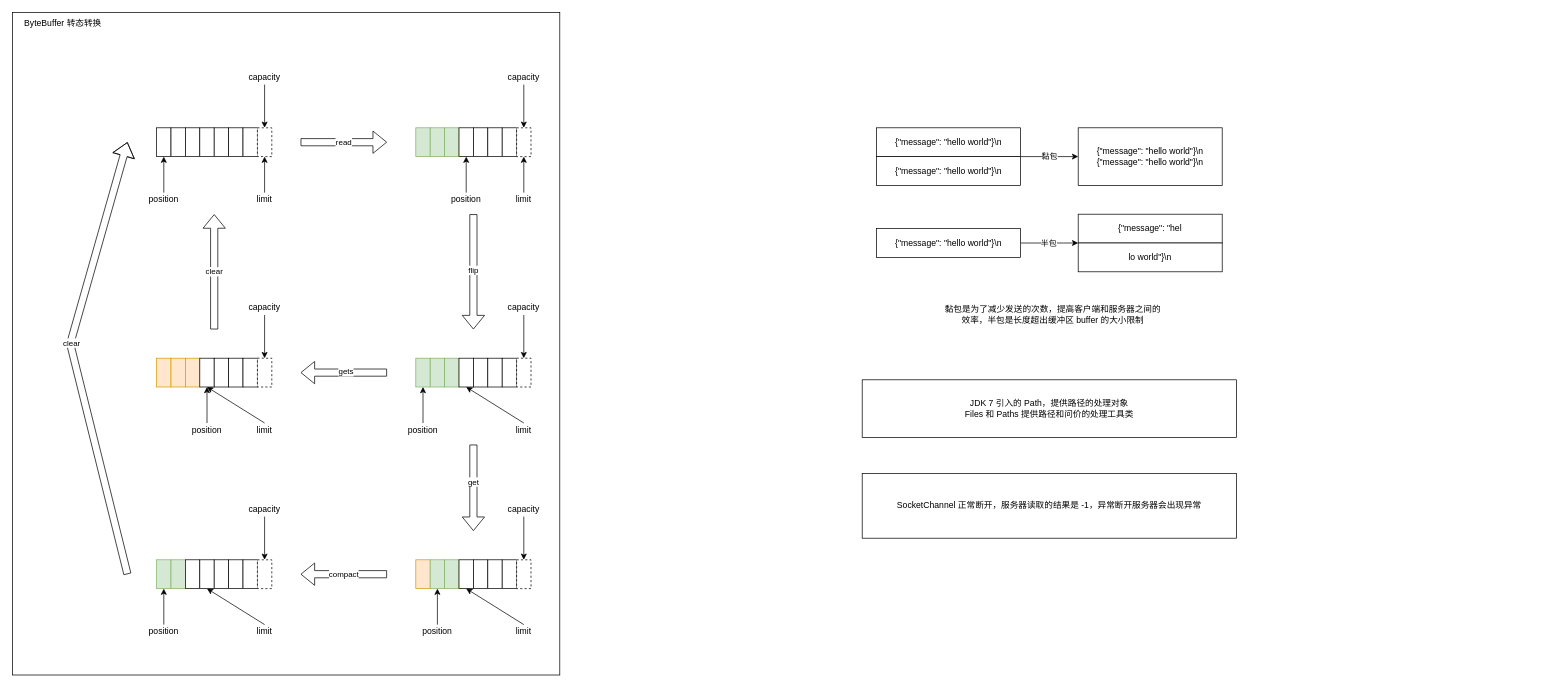
Above: page "原理" (2 of 3) of Java/Netty.drawio in wubinglong9716/NoteBook (draw.io), before the change. Source tidied: cells renumbered, new cells numbered last; positions are measured from the earlier drawing's top-left corner, leaving out a move shared by most shapes. Both pictures are drawn from the tidied source at 72%, with x=0, y=0 at pixel (12, 12).
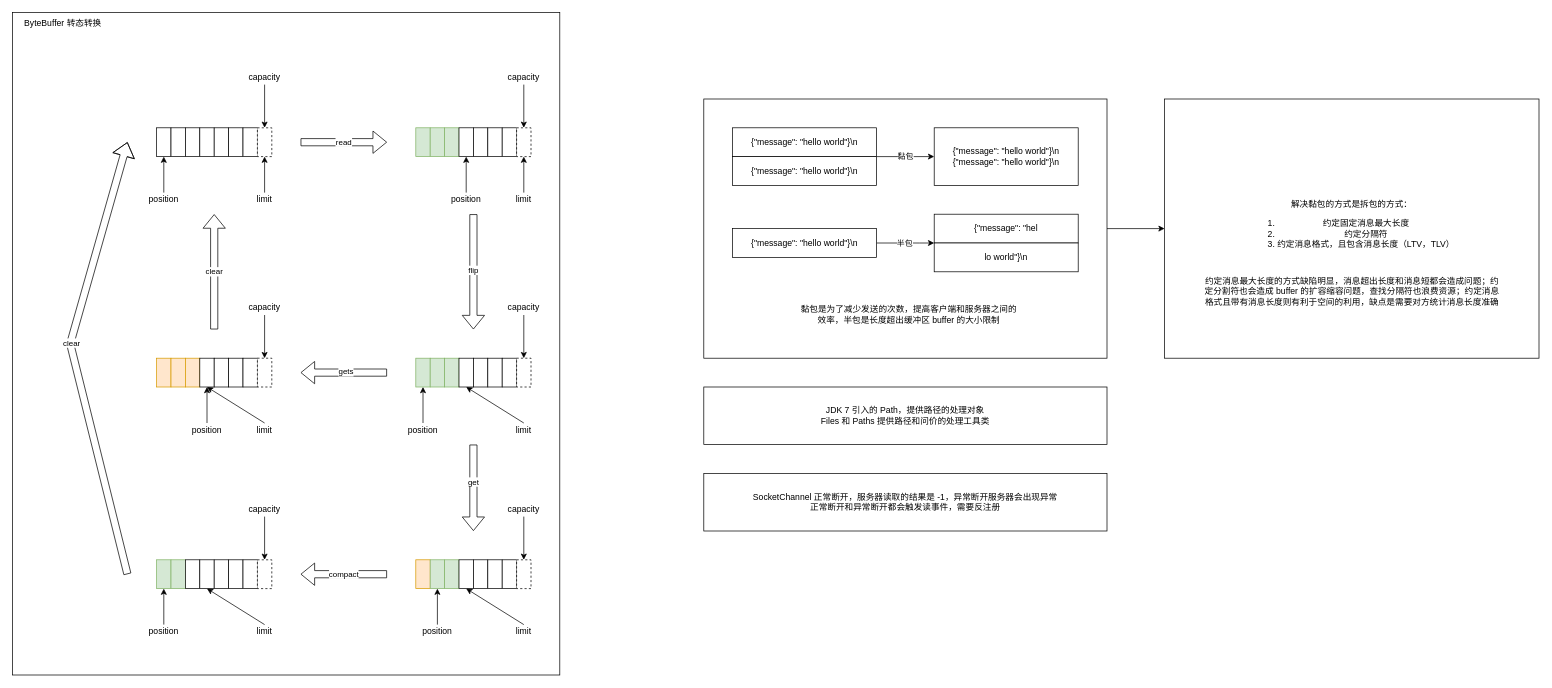
Above is the later version.

Diff of the diagram source:
```diff
@@
+    <mxCell id="120" style="edgeStyle=orthogonalEdgeStyle;rounded=0;jettySize=auto;html=1;exitX=1;exitY=0.5;exitDx=0;exitDy=0;" parent="1" edge="1" source="121" target="122">
+      <mxGeometry relative="1" as="geometry" />
+    </mxCell>
+    <mxCell id="121" style="rounded=0;whiteSpace=wrap;html=1;" parent="1" vertex="1">
+      <mxGeometry x="960" y="120" width="560" height="360" as="geometry" />
+    </mxCell>
@@
     <mxCell id="108" value="黏包" style="edgeStyle=orthogonalEdgeStyle;rounded=0;jettySize=auto;html=1;exitX=1;exitY=1;exitDx=0;exitDy=0;entryX=0;entryY=0.5;entryDx=0;entryDy=0;" parent="1" edge="1" source="109" target="111">
       <mxGeometry relative="1" as="geometry">
         <Array as="points">
-          <mxPoint x="1420" y="200" />
-          <mxPoint x="1420" y="200" />
+          <mxPoint x="1220" y="200" />
+          <mxPoint x="1220" y="200" />
         </Array>
       </mxGeometry>
     </mxCell>
     <mxCell id="109" value="{&quot;message&quot;: &quot;hello world&quot;}\n" style="rounded=0;whiteSpace=wrap;html=1;" parent="1" vertex="1">
-      <mxGeometry x="1200" y="160" width="200" height="40" as="geometry" />
+      <mxGeometry x="1000" y="160" width="200" height="40" as="geometry" />
     </mxCell>
     <mxCell id="110" value="{&quot;message&quot;: &quot;hello world&quot;}\n" style="rounded=0;whiteSpace=wrap;html=1;" parent="1" vertex="1">
-      <mxGeometry x="1200" y="200" width="200" height="40" as="geometry" />
+      <mxGeometry x="1000" y="200" width="200" height="40" as="geometry" />
     </mxCell>
     <mxCell id="111" value="&lt;span&gt;{&quot;message&quot;: &quot;hello world&quot;}\n&lt;br&gt;&lt;/span&gt;{&quot;message&quot;: &quot;hello world&quot;}\n&lt;span&gt;&lt;br&gt;&lt;/span&gt;" style="rounded=0;whiteSpace=wrap;html=1;" parent="1" vertex="1">
-      <mxGeometry x="1480" y="160" width="200" height="80" as="geometry" />
+      <mxGeometry x="1280" y="160" width="200" height="80" as="geometry" />
     </mxCell>
     <mxCell id="112" style="edgeStyle=orthogonalEdgeStyle;rounded=0;jettySize=auto;html=1;exitX=1;exitY=0.5;exitDx=0;exitDy=0;entryX=0;entryY=0;entryDx=0;entryDy=0;" parent="1" edge="1" source="114" target="116">
       <mxGeometry relative="1" as="geometry">
         <Array as="points">
-          <mxPoint x="1460" y="320" />
-          <mxPoint x="1460" y="320" />
+          <mxPoint x="1260" y="320" />
+          <mxPoint x="1260" y="320" />
         </Array>
       </mxGeometry>
     </mxCell>
@@
     <mxCell id="114" value="{&quot;message&quot;: &quot;hello world&quot;}\n" style="rounded=0;whiteSpace=wrap;html=1;" parent="1" vertex="1">
-      <mxGeometry x="1200" y="300" width="200" height="40" as="geometry" />
+      <mxGeometry x="1000" y="300" width="200" height="40" as="geometry" />
     </mxCell>
     <mxCell id="115" value="{&quot;message&quot;: &quot;hel&lt;span&gt;&lt;br&gt;&lt;/span&gt;" style="rounded=0;whiteSpace=wrap;html=1;" parent="1" vertex="1">
-      <mxGeometry x="1480" y="280" width="200" height="40" as="geometry" />
+      <mxGeometry x="1280" y="280" width="200" height="40" as="geometry" />
     </mxCell>
     <mxCell id="116" value="&lt;span&gt;lo world&quot;}\n&lt;/span&gt;&lt;span&gt;&lt;br&gt;&lt;/span&gt;" style="rounded=0;whiteSpace=wrap;html=1;" parent="1" vertex="1">
-      <mxGeometry x="1480" y="320" width="200" height="40" as="geometry" />
+      <mxGeometry x="1280" y="320" width="200" height="40" as="geometry" />
     </mxCell>
     <mxCell id="117" value="黏包是为了减少发送的次数，提高客户端和服务器之间的效率，半包是长度超出缓冲区 buffer 的大小限制" style="text;html=1;strokeColor=none;fillColor=none;align=center;verticalAlign=middle;whiteSpace=wrap;rounded=0;" parent="1" vertex="1">
-      <mxGeometry x="1290" y="390" width="310" height="60" as="geometry" />
+      <mxGeometry x="1090" y="390" width="310" height="60" as="geometry" />
     </mxCell>
     <mxCell id="118" value="JDK 7 引入的 Path，提供路径的处理对象&lt;br&gt;Files 和 Paths 提供路径和问价的处理工具类" style="rounded=0;whiteSpace=wrap;html=1;" parent="1" vertex="1">
-      <mxGeometry x="1180" y="510" width="520" height="80" as="geometry" />
+      <mxGeometry x="960" y="520" width="560" height="80" as="geometry" />
     </mxCell>
-    <mxCell id="119" value="SocketChannel 正常断开，服务器读取的结果是 -1，异常断开服务器会出现异常" style="rounded=0;whiteSpace=wrap;html=1;" parent="1" vertex="1">
-      <mxGeometry x="1180" y="640" width="520" height="90" as="geometry" />
+    <mxCell id="119" value="SocketChannel 正常断开，服务器读取的结果是 -1，异常断开服务器会出现异常&lt;br&gt;正常断开和异常断开都会触发读事件，需要反注册" style="rounded=0;whiteSpace=wrap;html=1;" parent="1" vertex="1">
+      <mxGeometry x="960" y="640" width="560" height="80" as="geometry" />
     </mxCell>
+    <mxCell id="122" value="解决黏包的方式是拆包的方式：&lt;br&gt;&lt;ol&gt;&lt;li&gt;约定固定消息最大长度&lt;/li&gt;&lt;li&gt;约定分隔符&lt;/li&gt;&lt;li&gt;约定消息格式，且包含消息长度（LTV，TLV）&lt;/li&gt;&lt;/ol&gt;" style="rounded=0;whiteSpace=wrap;html=1;" parent="1" vertex="1">
+      <mxGeometry x="1600" y="120" width="520" height="360" as="geometry" />
+    </mxCell>
+    <mxCell id="123" value="&lt;br class=&quot;Apple-interchange-newline&quot;&gt;约定消息最大长度的方式缺陷明显，消息超出长度和消息短都会造成问题；约定分割符也会造成 buffer 的扩容缩容问题，查找分隔符也浪费资源；约定消息格式且带有消息长度则有利于空间的利用，缺点是需要对方统计消息长度准确" style="text;html=1;strokeColor=none;fillColor=none;align=center;verticalAlign=middle;whiteSpace=wrap;rounded=0;" parent="1" vertex="1">
+      <mxGeometry x="1652.5" y="340" width="415" height="80" as="geometry" />
+    </mxCell>
```
